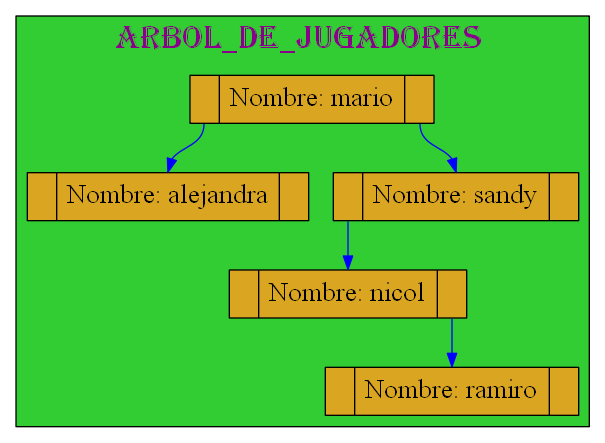
Earlier version of the Graphviz export Graficas/Arbol_Jugadores.dot.png (mariotun/EDD_1S2020_PY1_201602942). Its source is kept beside it as Graficas/Arbol_Jugadores.dot.
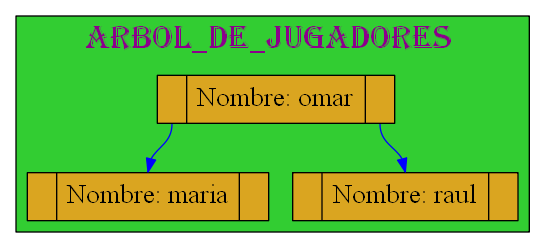
The same diagram one commit later.

The edit, as a diff of the source:
```diff
@@ -11,19 +11,12 @@
 node[shape=record,height=0.5 style=filled fontcolor=black fillcolor=goldenrod fontsize=20 ];
 
 
-25770475696[label="<f0> |<f1>Nombre: mario |<f2> " ];
-25770475888[label="<f0> |<f1>Nombre: sandy |<f2>" ]
-25770476400[label="<f0> |<f1>Nombre: nicol |<f2>" ]
-25770476400[label="<f0> |<f1>Nombre: nicol |<f2>" ]
-25770476976[label="<f0> |<f1>Nombre: alejandra |<f2>" ]
-25770476864[label="<f0> |<f1>Nombre: ramiro |<f2>" ]
-25770476864[label="<f0> |<f1>Nombre: ramiro |<f2>" ]
-25770476864[label="<f0> |<f1>Nombre: ramiro |<f2>" ]
+25770475744[label="<f0> |<f1>Nombre: omar |<f2> " ];
+25770475952[label="<f0> |<f1>Nombre: maria |<f2>" ]
+25770476352[label="<f0> |<f1>Nombre: raul |<f2>" ]
 
-25770475696:f2->25770475888:f1 [color=blue ]
-25770475888:f0->25770476400:f1 [color=blue]
-25770475696:f0->25770476976:f1 [color=blue]
-25770476400:f2->25770476864:f1 [color=blue ]
+25770475744:f0->25770475952:f1 [color=blue]
+25770475744:f2->25770476352:f1 [color=blue ]
 
  }
 
```
